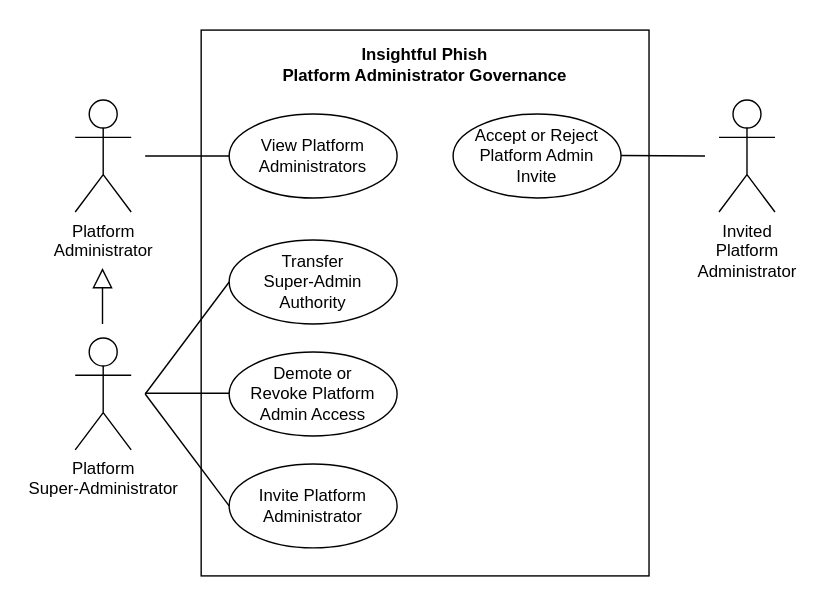
The draw.io diagram docs/demo3/diagrams/srs/use-cases/platform-administrator-governance.drawio.svg in COS301-SE-2026/Cybersecurity-Awareness-Training-Platform, before a commit. Source tidied: cells renumbered, new cells last; positions are measured from the earlier drawing's top-left corner, leaving out a move shared by most shapes.
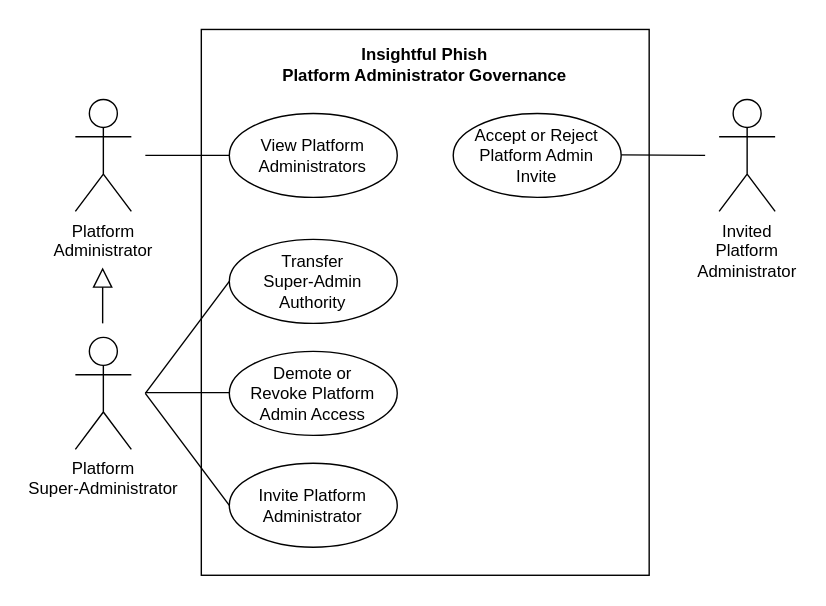
The same diagram one commit later.

The edit, as a diff of the source:
```diff
@@ -14,23 +14,23 @@
     <mxCell id="5" value="View Platform Administrators" style="ellipse;whiteSpace=wrap;html=1;" parent="1" vertex="1">
       <mxGeometry x="110" y="60" width="120" height="60" as="geometry" />
     </mxCell>
-    <mxCell id="6" style="endArrow=none;html=1;rounded=0;entryX=0;entryY=0.5;entryDx=0;entryDy=0;" parent="1" edge="1" target="5">
-      <mxGeometry relative="1" as="geometry">
-        <mxPoint x="50" y="90" as="sourcePoint" />
-      </mxGeometry>
-    </mxCell>
+    <mxCell id="18" style="endArrow=none;html=1;rounded=0;entryX=0;entryY=0.5;entryDx=0;entryDy=0;" parent="1" edge="1" target="5">
+      <mxGeometry relative="1" as="geometry">
+        <mxPoint x="50" y="90" as="sourcePoint" />
+      </mxGeometry>
+    </mxCell>
     <mxCell id="7" value="&lt;p class=&quot;p1&quot;&gt;Insightful Phish&lt;br&gt;Platform Administrator Governance&lt;/p&gt;" style="text;html=1;whiteSpace=wrap;strokeColor=none;fillColor=none;align=center;verticalAlign=middle;rounded=0;fontStyle=1;" parent="1" vertex="1">
       <mxGeometry x="100" y="10" width="300" height="30" as="geometry" />
     </mxCell>
     <mxCell id="8" value="&lt;div&gt;Invited&lt;br&gt;Platform&lt;br&gt;Administrator&lt;/div&gt;" style="shape=umlActor;verticalLabelPosition=bottom;verticalAlign=top;html=1;" parent="1" vertex="1">
       <mxGeometry x="460" y="50" width="40" height="80" as="geometry" />
     </mxCell>
-    <mxCell id="9" style="endArrow=none;html=1;rounded=0;" parent="1" edge="1">
-      <mxGeometry relative="1" as="geometry">
-        <mxPoint x="390" y="89.6" as="sourcePoint" />
-        <mxPoint x="450" y="90" as="targetPoint" />
-      </mxGeometry>
-    </mxCell>
+    <mxCell id="19" style="endArrow=none;html=1;rounded=0;" parent="1" edge="1">
+      <mxGeometry relative="1" as="geometry">
+        <mxPoint x="390" y="89.6" as="sourcePoint" />
+        <mxPoint x="450" y="90" as="targetPoint" />
+      </mxGeometry>
+    </mxCell>
     <mxCell id="10" value="Platform&lt;br&gt;Super-Administrator" style="shape=umlActor;verticalLabelPosition=bottom;verticalAlign=top;html=1;" parent="1" vertex="1">
       <mxGeometry y="220" width="40" height="80" as="geometry" />
     </mxCell>
@@ -40,30 +40,30 @@
     <mxCell id="12" value="Accept or Reject Platform Admin&lt;br&gt;Invite" style="ellipse;whiteSpace=wrap;html=1;" parent="1" vertex="1">
       <mxGeometry x="270" y="60" width="120" height="60" as="geometry" />
     </mxCell>
-    <mxCell id="13" style="endArrow=none;html=1;rounded=0;entryX=0;entryY=0.5;entryDx=0;entryDy=0;" parent="1" edge="1">
-      <mxGeometry relative="1" as="geometry">
-        <mxPoint x="50" y="259.5" as="sourcePoint" />
-        <mxPoint x="110" y="259.5" as="targetPoint" />
-      </mxGeometry>
-    </mxCell>
-    <mxCell id="14" style="endArrow=none;html=1;rounded=0;entryX=0;entryY=0.5;entryDx=0;entryDy=0;" parent="1" edge="1" target="4">
-      <mxGeometry relative="1" as="geometry">
-        <mxPoint x="50" y="260" as="sourcePoint" />
-      </mxGeometry>
-    </mxCell>
-    <mxCell id="15" style="endArrow=block;html=1;rounded=0;endFill=0;strokeWidth=1;endSize=12;" parent="1" edge="1">
-      <mxGeometry relative="1" as="geometry">
-        <mxPoint x="19.5" y="210" as="sourcePoint" />
-        <mxPoint x="19.5" y="170" as="targetPoint" />
-      </mxGeometry>
-    </mxCell>
+    <mxCell id="20" style="endArrow=none;html=1;rounded=0;entryX=0;entryY=0.5;entryDx=0;entryDy=0;" parent="1" edge="1">
+      <mxGeometry relative="1" as="geometry">
+        <mxPoint x="50" y="259.5" as="sourcePoint" />
+        <mxPoint x="110" y="259.5" as="targetPoint" />
+      </mxGeometry>
+    </mxCell>
+    <mxCell id="21" style="endArrow=none;html=1;rounded=0;entryX=0;entryY=0.5;entryDx=0;entryDy=0;" parent="1" edge="1" target="4">
+      <mxGeometry relative="1" as="geometry">
+        <mxPoint x="50" y="260" as="sourcePoint" />
+      </mxGeometry>
+    </mxCell>
+    <mxCell id="22" style="endArrow=block;html=1;rounded=0;endFill=0;strokeWidth=1;endSize=12;" parent="1" edge="1">
+      <mxGeometry relative="1" as="geometry">
+        <mxPoint x="19.5" y="210" as="sourcePoint" />
+        <mxPoint x="19.5" y="170" as="targetPoint" />
+      </mxGeometry>
+    </mxCell>
     <mxCell id="16" value="Invite Platform Administrator" style="ellipse;whiteSpace=wrap;html=1;" parent="1" vertex="1">
       <mxGeometry x="110" y="310" width="120" height="60" as="geometry" />
     </mxCell>
-    <mxCell id="17" style="endArrow=none;html=1;rounded=0;entryX=0;entryY=0.5;entryDx=0;entryDy=0;" parent="1" edge="1" target="16">
-      <mxGeometry relative="1" as="geometry">
-        <mxPoint x="50" y="260" as="sourcePoint" />
-      </mxGeometry>
-    </mxCell>
+    <mxCell id="23" style="endArrow=none;html=1;rounded=0;entryX=0;entryY=0.5;entryDx=0;entryDy=0;" parent="1" edge="1" target="16">
+      <mxGeometry relative="1" as="geometry">
+        <mxPoint x="50" y="260" as="sourcePoint" />
+      </mxGeometry>
+    </mxCell>
   </root>
 </mxGraphModel>
```
